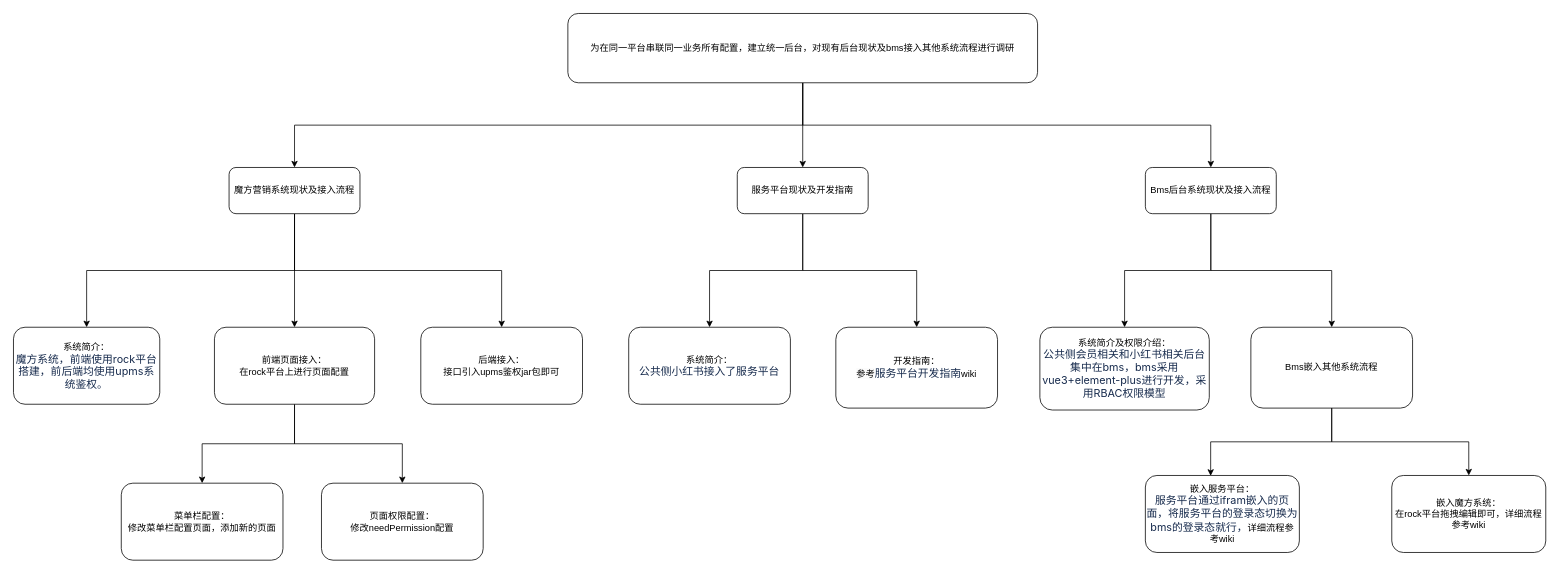
Above: Quanr/SuperCell/未命名绘图.drawio in ghjhtd/drawio (draw.io), before the change. Source tidied: cells renumbered, new cells numbered last; positions are measured from the earlier drawing's top-left corner, leaving out a move shared by most shapes. Both pictures are drawn from the tidied source at 77%, with x=0, y=0 at pixel (13, 13).
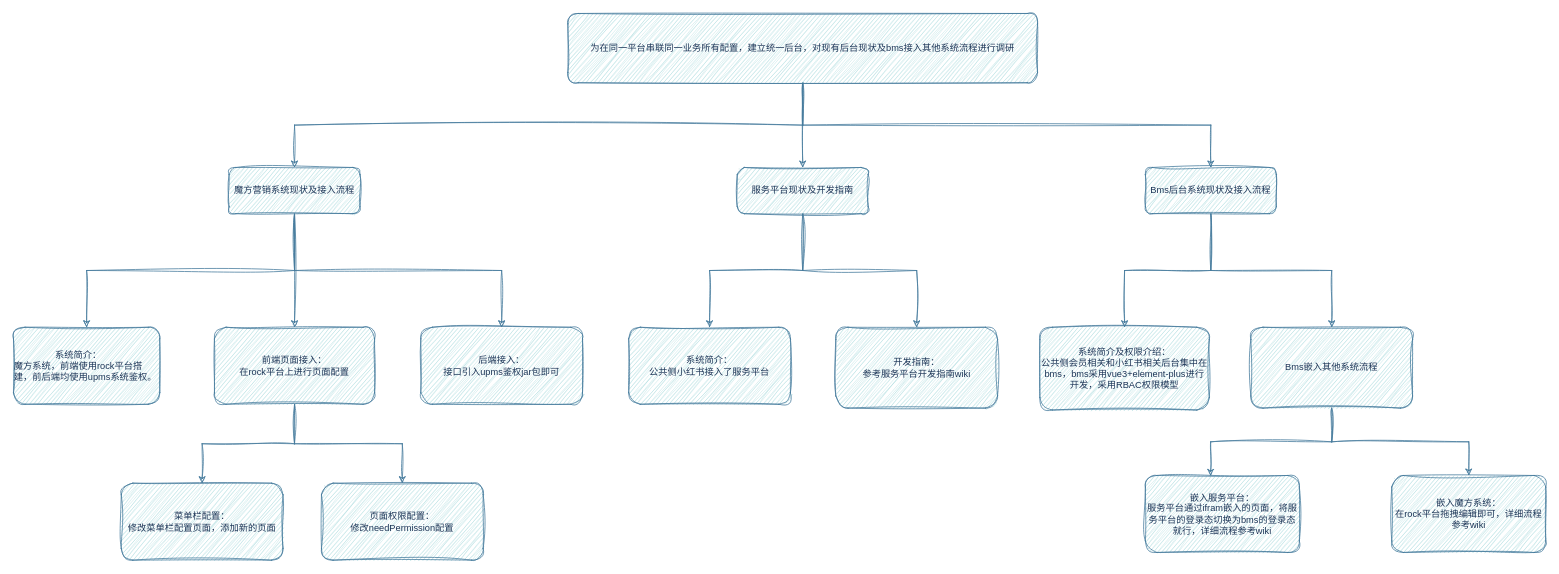
The same diagram, later.

Commit message:
更新未命名绘图.drawio

Change to the diagram source:
```diff
@@
-    <mxCell id="2" style="edgeStyle=orthogonalEdgeStyle;rounded=0;jettySize=auto;html=1;entryX=0.5;entryY=0;entryDx=0;entryDy=0;" parent="1" edge="1" source="5" target="12">
+    <mxCell id="2" style="edgeStyle=orthogonalEdgeStyle;rounded=0;jettySize=auto;html=1;entryX=0.5;entryY=0;entryDx=0;entryDy=0;sketch=1;curveFitting=1;jiggle=2;labelBackgroundColor=none;strokeColor=#457B9D;fontColor=default;" parent="1" edge="1" source="5" target="12">
       <mxGeometry relative="1" as="geometry" />
     </mxCell>
-    <mxCell id="3" style="edgeStyle=orthogonalEdgeStyle;rounded=0;jettySize=auto;html=1;exitX=0.5;exitY=1;exitDx=0;exitDy=0;entryX=0.5;entryY=0;entryDx=0;entryDy=0;" parent="1" edge="1" source="5" target="9">
+    <mxCell id="3" style="edgeStyle=orthogonalEdgeStyle;rounded=0;jettySize=auto;html=1;exitX=0.5;exitY=1;exitDx=0;exitDy=0;entryX=0.5;entryY=0;entryDx=0;entryDy=0;sketch=1;curveFitting=1;jiggle=2;labelBackgroundColor=none;strokeColor=#457B9D;fontColor=default;" parent="1" edge="1" source="5" target="9">
       <mxGeometry relative="1" as="geometry" />
     </mxCell>
-    <mxCell id="4" style="edgeStyle=orthogonalEdgeStyle;rounded=0;jettySize=auto;html=1;exitX=0.5;exitY=1;exitDx=0;exitDy=0;entryX=0.5;entryY=0;entryDx=0;entryDy=0;" parent="1" edge="1" source="5" target="15">
+    <mxCell id="4" style="edgeStyle=orthogonalEdgeStyle;rounded=0;jettySize=auto;html=1;exitX=0.5;exitY=1;exitDx=0;exitDy=0;entryX=0.5;entryY=0;entryDx=0;entryDy=0;sketch=1;curveFitting=1;jiggle=2;labelBackgroundColor=none;strokeColor=#457B9D;fontColor=default;" parent="1" edge="1" source="5" target="15">
       <mxGeometry relative="1" as="geometry" />
     </mxCell>
-    <mxCell id="5" value="为在同一平台串联同一业务所有配置，建立统一后台，对现有后台现状及bms接入其他系统流程进行调研" style="rounded=1;whiteSpace=wrap;html=1;" parent="1" vertex="1">
+    <mxCell id="5" value="为在同一平台串联同一业务所有配置，建立统一后台，对现有后台现状及bms接入其他系统流程进行调研" style="rounded=1;whiteSpace=wrap;html=1;sketch=1;curveFitting=1;jiggle=2;labelBackgroundColor=none;fillColor=#A8DADC;strokeColor=#457B9D;fontColor=#1D3557;" parent="1" vertex="1">
       <mxGeometry x="720" width="610" height="90" as="geometry" />
     </mxCell>
-    <mxCell id="6" style="edgeStyle=orthogonalEdgeStyle;rounded=0;jettySize=auto;html=1;exitX=0.5;exitY=1;exitDx=0;exitDy=0;entryX=0.5;entryY=0;entryDx=0;entryDy=0;" parent="1" edge="1" source="9" target="19">
+    <mxCell id="6" style="edgeStyle=orthogonalEdgeStyle;rounded=0;jettySize=auto;html=1;exitX=0.5;exitY=1;exitDx=0;exitDy=0;entryX=0.5;entryY=0;entryDx=0;entryDy=0;sketch=1;curveFitting=1;jiggle=2;labelBackgroundColor=none;strokeColor=#457B9D;fontColor=default;" parent="1" edge="1" source="9" target="19">
       <mxGeometry relative="1" as="geometry" />
     </mxCell>
-    <mxCell id="7" style="edgeStyle=orthogonalEdgeStyle;rounded=0;jettySize=auto;html=1;exitX=0.5;exitY=1;exitDx=0;exitDy=0;entryX=0.5;entryY=0;entryDx=0;entryDy=0;" parent="1" edge="1" source="9" target="16">
+    <mxCell id="7" style="edgeStyle=orthogonalEdgeStyle;rounded=0;jettySize=auto;html=1;exitX=0.5;exitY=1;exitDx=0;exitDy=0;entryX=0.5;entryY=0;entryDx=0;entryDy=0;sketch=1;curveFitting=1;jiggle=2;labelBackgroundColor=none;strokeColor=#457B9D;fontColor=default;" parent="1" edge="1" source="9" target="16">
       <mxGeometry relative="1" as="geometry" />
     </mxCell>
-    <mxCell id="8" style="edgeStyle=orthogonalEdgeStyle;rounded=0;jettySize=auto;html=1;exitX=0.5;exitY=1;exitDx=0;exitDy=0;" parent="1" edge="1" source="9" target="20">
+    <mxCell id="8" style="edgeStyle=orthogonalEdgeStyle;rounded=0;jettySize=auto;html=1;exitX=0.5;exitY=1;exitDx=0;exitDy=0;sketch=1;curveFitting=1;jiggle=2;labelBackgroundColor=none;strokeColor=#457B9D;fontColor=default;" parent="1" edge="1" source="9" target="20">
       <mxGeometry relative="1" as="geometry" />
     </mxCell>
-    <mxCell id="9" value="魔方营销系统现状及接入流程" style="rounded=1;whiteSpace=wrap;html=1;" parent="1" vertex="1">
+    <mxCell id="9" value="魔方营销系统现状及接入流程" style="rounded=1;whiteSpace=wrap;html=1;sketch=1;curveFitting=1;jiggle=2;labelBackgroundColor=none;fillColor=#A8DADC;strokeColor=#457B9D;fontColor=#1D3557;" parent="1" vertex="1">
       <mxGeometry x="280" y="200" width="170" height="60" as="geometry" />
     </mxCell>
-    <mxCell id="10" style="edgeStyle=orthogonalEdgeStyle;rounded=0;jettySize=auto;html=1;exitX=0.5;exitY=1;exitDx=0;exitDy=0;" parent="1" edge="1" source="12" target="21">
+    <mxCell id="10" style="edgeStyle=orthogonalEdgeStyle;rounded=0;jettySize=auto;html=1;exitX=0.5;exitY=1;exitDx=0;exitDy=0;sketch=1;curveFitting=1;jiggle=2;labelBackgroundColor=none;strokeColor=#457B9D;fontColor=default;" parent="1" edge="1" source="12" target="21">
       <mxGeometry relative="1" as="geometry" />
     </mxCell>
-    <mxCell id="11" style="edgeStyle=orthogonalEdgeStyle;rounded=0;jettySize=auto;html=1;exitX=0.5;exitY=1;exitDx=0;exitDy=0;entryX=0.5;entryY=0;entryDx=0;entryDy=0;" parent="1" edge="1" source="12" target="22">
+    <mxCell id="11" style="edgeStyle=orthogonalEdgeStyle;rounded=0;jettySize=auto;html=1;exitX=0.5;exitY=1;exitDx=0;exitDy=0;entryX=0.5;entryY=0;entryDx=0;entryDy=0;sketch=1;curveFitting=1;jiggle=2;labelBackgroundColor=none;strokeColor=#457B9D;fontColor=default;" parent="1" edge="1" source="12" target="22">
       <mxGeometry relative="1" as="geometry" />
     </mxCell>
-    <mxCell id="12" value="服务平台现状及开发指南" style="rounded=1;whiteSpace=wrap;html=1;" parent="1" vertex="1">
+    <mxCell id="12" value="服务平台现状及开发指南" style="rounded=1;whiteSpace=wrap;html=1;sketch=1;curveFitting=1;jiggle=2;labelBackgroundColor=none;fillColor=#A8DADC;strokeColor=#457B9D;fontColor=#1D3557;" parent="1" vertex="1">
       <mxGeometry x="940" y="200" width="170" height="60" as="geometry" />
     </mxCell>
-    <mxCell id="13" style="edgeStyle=orthogonalEdgeStyle;rounded=0;jettySize=auto;html=1;exitX=0.5;exitY=1;exitDx=0;exitDy=0;" parent="1" edge="1" source="15" target="23">
+    <mxCell id="13" style="edgeStyle=orthogonalEdgeStyle;rounded=0;jettySize=auto;html=1;exitX=0.5;exitY=1;exitDx=0;exitDy=0;sketch=1;curveFitting=1;jiggle=2;labelBackgroundColor=none;strokeColor=#457B9D;fontColor=default;" parent="1" edge="1" source="15" target="23">
       <mxGeometry relative="1" as="geometry" />
     </mxCell>
-    <mxCell id="14" style="edgeStyle=orthogonalEdgeStyle;rounded=0;jettySize=auto;html=1;exitX=0.5;exitY=1;exitDx=0;exitDy=0;entryX=0.5;entryY=0;entryDx=0;entryDy=0;" parent="1" edge="1" source="15" target="25">
+    <mxCell id="14" style="edgeStyle=orthogonalEdgeStyle;rounded=0;jettySize=auto;html=1;exitX=0.5;exitY=1;exitDx=0;exitDy=0;entryX=0.5;entryY=0;entryDx=0;entryDy=0;sketch=1;curveFitting=1;jiggle=2;labelBackgroundColor=none;strokeColor=#457B9D;fontColor=default;" parent="1" edge="1" source="15" target="25">
       <mxGeometry relative="1" as="geometry" />
     </mxCell>
-    <mxCell id="15" value="Bms后台系统现状及接入流程" style="rounded=1;whiteSpace=wrap;html=1;" parent="1" vertex="1">
+    <mxCell id="15" value="Bms后台系统现状及接入流程" style="rounded=1;whiteSpace=wrap;html=1;sketch=1;curveFitting=1;jiggle=2;labelBackgroundColor=none;fillColor=#A8DADC;strokeColor=#457B9D;fontColor=#1D3557;" parent="1" vertex="1">
       <mxGeometry x="1470" y="200" width="170" height="60" as="geometry" />
     </mxCell>
-    <mxCell id="16" value="系统简介：&lt;div&gt;&lt;span style=&quot;color: rgb(23, 43, 77); font-family: -apple-system, BlinkMacSystemFont, &amp;quot;Segoe UI&amp;quot;, Roboto, Oxygen, Ubuntu, &amp;quot;Fira Sans&amp;quot;, &amp;quot;Droid Sans&amp;quot;, &amp;quot;Helvetica Neue&amp;quot;, sans-serif; font-size: 14px; text-align: start; background-color: rgb(255, 255, 255);&quot;&gt;魔方系统，前端使用rock平台搭建，前后端均使用upms系统鉴权。&lt;/span&gt;&lt;br&gt;&lt;/div&gt;" style="rounded=1;whiteSpace=wrap;html=1;" parent="1" vertex="1">
+    <mxCell id="16" value="&lt;div style=&quot;text-align: start;&quot;&gt;&lt;div&gt;&lt;span style=&quot;white-space: pre;&quot;&gt;&#9;&lt;/span&gt;&lt;span style=&quot;white-space: pre;&quot;&gt;&#9;&lt;/span&gt;系统简介：&lt;/div&gt;&lt;div&gt;魔方系统，前端使用rock平台搭建，前后端均使用upms系统鉴权。&lt;/div&gt;&lt;/div&gt;" style="rounded=1;whiteSpace=wrap;html=1;sketch=1;curveFitting=1;jiggle=2;labelBackgroundColor=none;fillColor=#A8DADC;strokeColor=#457B9D;fontColor=#1D3557;" parent="1" vertex="1">
       <mxGeometry y="407.5" width="190" height="100" as="geometry" />
     </mxCell>
-    <mxCell id="17" style="edgeStyle=orthogonalEdgeStyle;rounded=0;jettySize=auto;html=1;exitX=0.5;exitY=1;exitDx=0;exitDy=0;entryX=0.5;entryY=0;entryDx=0;entryDy=0;" parent="1" edge="1" source="19" target="26">
+    <mxCell id="17" style="edgeStyle=orthogonalEdgeStyle;rounded=0;jettySize=auto;html=1;exitX=0.5;exitY=1;exitDx=0;exitDy=0;entryX=0.5;entryY=0;entryDx=0;entryDy=0;sketch=1;curveFitting=1;jiggle=2;labelBackgroundColor=none;strokeColor=#457B9D;fontColor=default;" parent="1" edge="1" source="19" target="26">
       <mxGeometry relative="1" as="geometry" />
     </mxCell>
-    <mxCell id="18" style="edgeStyle=orthogonalEdgeStyle;rounded=0;jettySize=auto;html=1;exitX=0.5;exitY=1;exitDx=0;exitDy=0;" parent="1" edge="1" source="19" target="27">
+    <mxCell id="18" style="edgeStyle=orthogonalEdgeStyle;rounded=0;jettySize=auto;html=1;exitX=0.5;exitY=1;exitDx=0;exitDy=0;sketch=1;curveFitting=1;jiggle=2;labelBackgroundColor=none;strokeColor=#457B9D;fontColor=default;" parent="1" edge="1" source="19" target="27">
       <mxGeometry relative="1" as="geometry" />
     </mxCell>
-    <mxCell id="19" value="前端页面接入：&lt;div&gt;在rock平台上进行页面配置&lt;/div&gt;" style="rounded=1;whiteSpace=wrap;html=1;" parent="1" vertex="1">
+    <mxCell id="19" value="前端页面接入：&lt;div&gt;在rock平台上进行页面配置&lt;/div&gt;" style="rounded=1;whiteSpace=wrap;html=1;sketch=1;curveFitting=1;jiggle=2;labelBackgroundColor=none;fillColor=#A8DADC;strokeColor=#457B9D;fontColor=#1D3557;" parent="1" vertex="1">
       <mxGeometry x="261" y="407.5" width="208" height="100" as="geometry" />
     </mxCell>
-    <mxCell id="20" value="后端接入：&lt;div&gt;接口引入upms鉴权jar包即可&lt;/div&gt;" style="rounded=1;whiteSpace=wrap;html=1;" parent="1" vertex="1">
+    <mxCell id="20" value="后端接入：&lt;div&gt;接口引入upms鉴权jar包即可&lt;/div&gt;" style="rounded=1;whiteSpace=wrap;html=1;sketch=1;curveFitting=1;jiggle=2;labelBackgroundColor=none;fillColor=#A8DADC;strokeColor=#457B9D;fontColor=#1D3557;" parent="1" vertex="1">
       <mxGeometry x="529" y="407.5" width="210" height="100" as="geometry" />
     </mxCell>
-    <mxCell id="21" value="系统简介：&lt;div&gt;&lt;span style=&quot;color: rgb(23, 43, 77); font-family: -apple-system, BlinkMacSystemFont, &amp;quot;Segoe UI&amp;quot;, Roboto, Oxygen, Ubuntu, &amp;quot;Fira Sans&amp;quot;, &amp;quot;Droid Sans&amp;quot;, &amp;quot;Helvetica Neue&amp;quot;, sans-serif; font-size: 14px; text-align: start; background-color: rgb(255, 255, 255);&quot;&gt;公共侧小红书接入了服务平台&lt;/span&gt;&lt;br&gt;&lt;/div&gt;" style="rounded=1;whiteSpace=wrap;html=1;" parent="1" vertex="1">
+    <mxCell id="21" value="&lt;div&gt;&lt;div&gt;系统简介：&lt;/div&gt;&lt;div&gt;公共侧小红书接入了服务平台&lt;/div&gt;&lt;/div&gt;" style="rounded=1;whiteSpace=wrap;html=1;sketch=1;curveFitting=1;jiggle=2;labelBackgroundColor=none;fillColor=#A8DADC;strokeColor=#457B9D;fontColor=#1D3557;" parent="1" vertex="1">
       <mxGeometry x="799" y="407.5" width="210" height="100" as="geometry" />
     </mxCell>
-    <mxCell id="22" value="开发指南：&lt;div style=&quot;text-align: center;&quot;&gt;&lt;span style=&quot;text-align: start; background-color: rgb(251, 251, 251);&quot;&gt;参考&lt;/span&gt;&lt;span style=&quot;background-color: rgb(255, 255, 255); color: rgb(23, 43, 77); font-family: -apple-system, BlinkMacSystemFont, &amp;quot;Segoe UI&amp;quot;, Roboto, Oxygen, Ubuntu, &amp;quot;Fira Sans&amp;quot;, &amp;quot;Droid Sans&amp;quot;, &amp;quot;Helvetica Neue&amp;quot;, sans-serif; font-size: 14px; text-align: start;&quot;&gt;服务平台开发指南&lt;/span&gt;&lt;span style=&quot;background-color: initial;&quot;&gt;wiki&lt;/span&gt;&lt;/div&gt;" style="rounded=1;whiteSpace=wrap;html=1;" parent="1" vertex="1">
+    <mxCell id="22" value="&lt;div&gt;开发指南：&lt;/div&gt;&lt;div&gt;参考服务平台开发指南wiki&lt;/div&gt;" style="rounded=1;whiteSpace=wrap;html=1;sketch=1;curveFitting=1;jiggle=2;labelBackgroundColor=none;fillColor=#A8DADC;strokeColor=#457B9D;fontColor=#1D3557;" parent="1" vertex="1">
       <mxGeometry x="1068" y="407.5" width="210" height="105" as="geometry" />
     </mxCell>
-    <mxCell id="23" value="系统简介及权限介绍：&lt;div&gt;&lt;span style=&quot;color: rgb(23, 43, 77); font-family: -apple-system, BlinkMacSystemFont, &amp;quot;Segoe UI&amp;quot;, Roboto, Oxygen, Ubuntu, &amp;quot;Fira Sans&amp;quot;, &amp;quot;Droid Sans&amp;quot;, &amp;quot;Helvetica Neue&amp;quot;, sans-serif; font-size: 14px; text-align: start; background-color: rgb(255, 255, 255);&quot;&gt;公共侧会员相关和小红书相关后台集中在bms，bms采用vue3+element-plus进行开发，采用RBAC权限模型&lt;/span&gt;&lt;br&gt;&lt;/div&gt;" style="rounded=1;whiteSpace=wrap;html=1;" parent="1" vertex="1">
+    <mxCell id="23" value="系统简介及权限介绍：&lt;div&gt;公共侧会员相关和小红书相关后台集中在bms，bms采用vue3+element-plus进行开发，采用RBAC权限模型&lt;br&gt;&lt;/div&gt;" style="rounded=1;whiteSpace=wrap;html=1;sketch=1;curveFitting=1;jiggle=2;labelBackgroundColor=none;fillColor=#A8DADC;strokeColor=#457B9D;fontColor=#1D3557;" parent="1" vertex="1">
       <mxGeometry x="1333" y="407.5" width="220" height="107.5" as="geometry" />
     </mxCell>
-    <mxCell id="24" style="edgeStyle=orthogonalEdgeStyle;rounded=0;jettySize=auto;html=1;exitX=0.5;exitY=1;exitDx=0;exitDy=0;entryX=0.5;entryY=0;entryDx=0;entryDy=0;" parent="1" edge="1" source="25" target="29">
+    <mxCell id="24" style="edgeStyle=orthogonalEdgeStyle;rounded=0;jettySize=auto;html=1;exitX=0.5;exitY=1;exitDx=0;exitDy=0;entryX=0.5;entryY=0;entryDx=0;entryDy=0;sketch=1;curveFitting=1;jiggle=2;labelBackgroundColor=none;strokeColor=#457B9D;fontColor=default;" parent="1" edge="1" source="25" target="29">
       <mxGeometry relative="1" as="geometry" />
     </mxCell>
-    <mxCell id="25" value="Bms嵌入其他系统流程" style="rounded=1;whiteSpace=wrap;html=1;" parent="1" vertex="1">
+    <mxCell id="25" value="Bms嵌入其他系统流程" style="rounded=1;whiteSpace=wrap;html=1;sketch=1;curveFitting=1;jiggle=2;labelBackgroundColor=none;fillColor=#A8DADC;strokeColor=#457B9D;fontColor=#1D3557;" parent="1" vertex="1">
       <mxGeometry x="1607" y="407.5" width="210" height="105" as="geometry" />
     </mxCell>
-    <mxCell id="26" value="菜单栏配置：&lt;div&gt;修改菜单栏配置页面，添加新的页面&lt;/div&gt;" style="rounded=1;whiteSpace=wrap;html=1;" parent="1" vertex="1">
+    <mxCell id="26" value="菜单栏配置：&lt;div&gt;修改菜单栏配置页面，添加新的页面&lt;/div&gt;" style="rounded=1;whiteSpace=wrap;html=1;sketch=1;curveFitting=1;jiggle=2;labelBackgroundColor=none;fillColor=#A8DADC;strokeColor=#457B9D;fontColor=#1D3557;" parent="1" vertex="1">
       <mxGeometry x="140" y="610" width="210" height="100" as="geometry" />
     </mxCell>
-    <mxCell id="27" value="页面权限配置：&lt;div&gt;修改needPermission配置&lt;/div&gt;" style="rounded=1;whiteSpace=wrap;html=1;" parent="1" vertex="1">
+    <mxCell id="27" value="页面权限配置：&lt;div&gt;修改needPermission配置&lt;/div&gt;" style="rounded=1;whiteSpace=wrap;html=1;sketch=1;curveFitting=1;jiggle=2;labelBackgroundColor=none;fillColor=#A8DADC;strokeColor=#457B9D;fontColor=#1D3557;" parent="1" vertex="1">
       <mxGeometry x="400" y="610" width="210" height="100" as="geometry" />
     </mxCell>
-    <mxCell id="28" value="嵌入服务平台：&lt;div&gt;&lt;span style=&quot;color: rgb(23, 43, 77); font-family: -apple-system, BlinkMacSystemFont, &amp;quot;Segoe UI&amp;quot;, Roboto, Oxygen, Ubuntu, &amp;quot;Fira Sans&amp;quot;, &amp;quot;Droid Sans&amp;quot;, &amp;quot;Helvetica Neue&amp;quot;, sans-serif; font-size: 14px; text-align: start; background-color: rgb(255, 255, 255);&quot;&gt;服务平台通过ifram嵌入的页面，将服务平台的登录态切换为bms的登录态就行，&lt;/span&gt;&lt;span style=&quot;background-color: initial;&quot;&gt;详细流程参考wiki&lt;/span&gt;&lt;br&gt;&lt;/div&gt;" style="rounded=1;whiteSpace=wrap;html=1;" parent="1" vertex="1">
+    <mxCell id="28" value="&lt;div&gt;&lt;div&gt;嵌入服务平台：&lt;/div&gt;&lt;div&gt;服务平台通过ifram嵌入的页面，将服务平台的登录态切换为bms的登录态就行，详细流程参考wiki&lt;/div&gt;&lt;/div&gt;" style="rounded=1;whiteSpace=wrap;html=1;sketch=1;curveFitting=1;jiggle=2;labelBackgroundColor=none;fillColor=#A8DADC;strokeColor=#457B9D;fontColor=#1D3557;" parent="1" vertex="1">
       <mxGeometry x="1470" y="600" width="200" height="100" as="geometry" />
     </mxCell>
-    <mxCell id="29" value="嵌入魔方系统：&lt;div&gt;在rock平台拖拽编辑即可，详细流程参考wiki&lt;/div&gt;" style="rounded=1;whiteSpace=wrap;html=1;" parent="1" vertex="1">
+    <mxCell id="29" value="嵌入魔方系统：&lt;div&gt;在rock平台拖拽编辑即可，详细流程参考wiki&lt;/div&gt;" style="rounded=1;whiteSpace=wrap;html=1;sketch=1;curveFitting=1;jiggle=2;labelBackgroundColor=none;fillColor=#A8DADC;strokeColor=#457B9D;fontColor=#1D3557;" parent="1" vertex="1">
       <mxGeometry x="1790" y="600" width="200" height="100" as="geometry" />
     </mxCell>
-    <mxCell id="30" style="edgeStyle=orthogonalEdgeStyle;rounded=0;jettySize=auto;html=1;exitX=0.5;exitY=1;exitDx=0;exitDy=0;entryX=0.424;entryY=0.005;entryDx=0;entryDy=0;entryPerimeter=0;" parent="1" edge="1" source="25" target="28">
+    <mxCell id="30" style="edgeStyle=orthogonalEdgeStyle;rounded=0;jettySize=auto;html=1;exitX=0.5;exitY=1;exitDx=0;exitDy=0;entryX=0.424;entryY=0.005;entryDx=0;entryDy=0;entryPerimeter=0;sketch=1;curveFitting=1;jiggle=2;labelBackgroundColor=none;strokeColor=#457B9D;fontColor=default;" parent="1" edge="1" source="25" target="28">
       <mxGeometry relative="1" as="geometry" />
     </mxCell>
```
